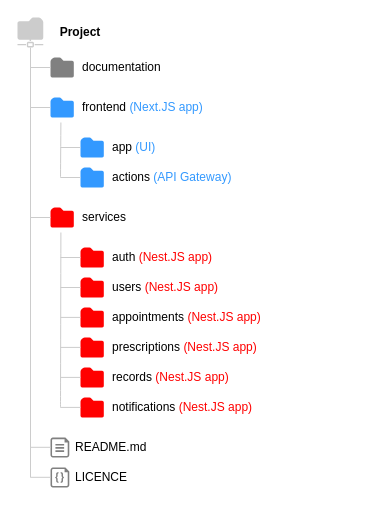
e-idrissa/sa-ass keeps this draw.io diagram as doc/diagrams/folder-structure.drawio. Above is the earlier version. Source tidied: cells renumbered, new cells numbered last; positions are measured from the earlier drawing's top-left corner, leaving out a move shared by most shapes. Both pictures are drawn from the tidied source at 100%, with x=0, y=0 at pixel (17, 17).
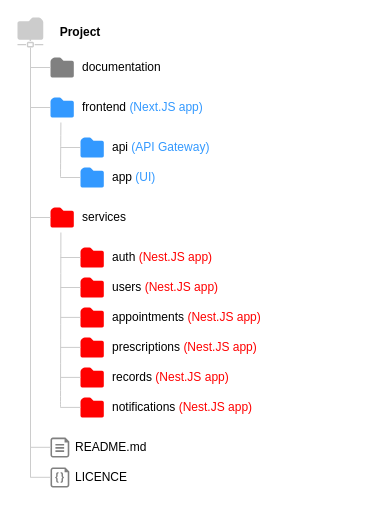
The same page after the edit.

Unchanged cells that the change refers to:
```xml
<mxCell id="2" style="group;" parent="1" vertex="1">
  <mxGeometry width="343" height="475" as="geometry" />
</mxCell>
```

What changed in the source:
```diff
@@
-    <mxCell id="14" value="&lt;font face=&quot;Fira Code&quot;&gt;app&amp;nbsp;&lt;font style=&quot;color: rgb(51, 153, 255);&quot;&gt;(UI)&lt;/font&gt;&lt;/font&gt;" style="text;html=1;align=left;verticalAlign=middle;whiteSpace=wrap;rounded=0;" parent="2" vertex="1">
+    <mxCell id="14" value="&lt;font face=&quot;Fira Code&quot;&gt;api&amp;nbsp;&lt;font style=&quot;color: rgb(51, 153, 255);&quot;&gt;(API Gateway)&lt;/font&gt;&lt;/font&gt;" style="text;html=1;align=left;verticalAlign=middle;whiteSpace=wrap;rounded=0;" parent="2" vertex="1">
       <mxGeometry x="93" y="115" width="130" height="30" as="geometry" />
     </mxCell>
@@
-    <mxCell id="16" value="&lt;font face=&quot;Fira Code&quot;&gt;actions&amp;nbsp;&lt;font style=&quot;color: rgb(51, 153, 255);&quot;&gt;(API Gateway)&lt;/font&gt;&lt;/font&gt;" style="text;html=1;align=left;verticalAlign=middle;whiteSpace=wrap;rounded=0;" parent="2" vertex="1">
+    <mxCell id="16" value="&lt;font face=&quot;Fira Code&quot;&gt;app&amp;nbsp;&lt;font style=&quot;color: rgb(51, 153, 255);&quot;&gt;(UI)&lt;/font&gt;&lt;/font&gt;" style="text;html=1;align=left;verticalAlign=middle;whiteSpace=wrap;rounded=0;" parent="2" vertex="1">
       <mxGeometry x="93" y="145" width="180" height="30" as="geometry" />
     </mxCell>
```
